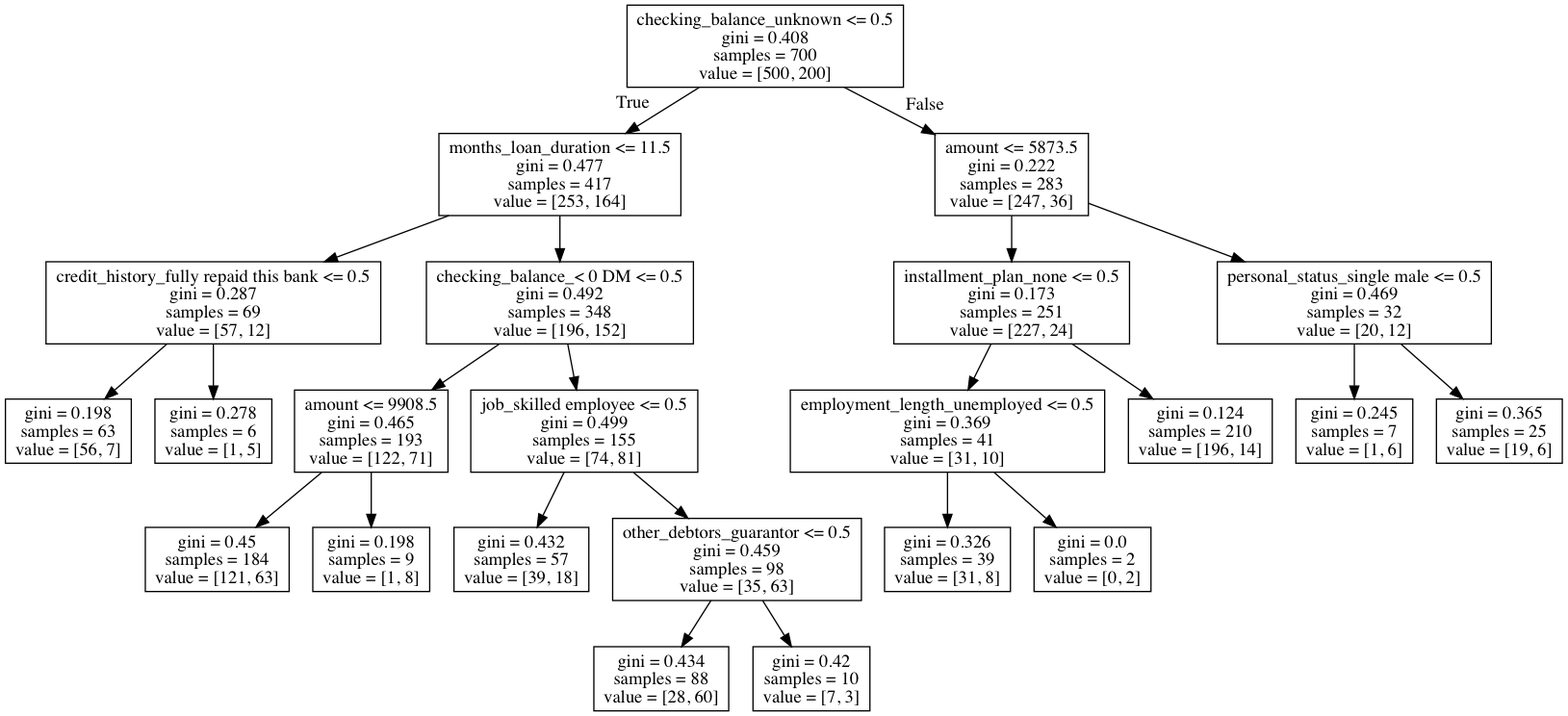
Above: demos/tree.png in abulbasar/machine-learning (Graphviz), before the change. Its source is kept beside it as demos/tree.dot. Its diagram source:
```dot
digraph Tree {
node [shape=box] ;
0 [label="checking_balance_unknown <= 0.5\ngini = 0.408\nsamples = 700\nvalue = [500, 200]"] ;
1 [label="months_loan_duration <= 11.5\ngini = 0.477\nsamples = 417\nvalue = [253, 164]"] ;
0 -> 1 [labeldistance=2.5, labelangle=45, headlabel="True"] ;
3 [label="credit_history_fully repaid this bank <= 0.5\ngini = 0.287\nsamples = 69\nvalue = [57, 12]"] ;
1 -> 3 ;
5 [label="gini = 0.198\nsamples = 63\nvalue = [56, 7]"] ;
3 -> 5 ;
6 [label="gini = 0.278\nsamples = 6\nvalue = [1, 5]"] ;
3 -> 6 ;
4 [label="checking_balance_< 0 DM <= 0.5\ngini = 0.492\nsamples = 348\nvalue = [196, 152]"] ;
1 -> 4 ;
11 [label="amount <= 9908.5\ngini = 0.465\nsamples = 193\nvalue = [122, 71]"] ;
4 -> 11 ;
15 [label="gini = 0.45\nsamples = 184\nvalue = [121, 63]"] ;
11 -> 15 ;
16 [label="gini = 0.198\nsamples = 9\nvalue = [1, 8]"] ;
11 -> 16 ;
12 [label="job_skilled employee <= 0.5\ngini = 0.499\nsamples = 155\nvalue = [74, 81]"] ;
4 -> 12 ;
13 [label="gini = 0.432\nsamples = 57\nvalue = [39, 18]"] ;
12 -> 13 ;
14 [label="other_debtors_guarantor <= 0.5\ngini = 0.459\nsamples = 98\nvalue = [35, 63]"] ;
12 -> 14 ;
17 [label="gini = 0.434\nsamples = 88\nvalue = [28, 60]"] ;
14 -> 17 ;
18 [label="gini = 0.42\nsamples = 10\nvalue = [7, 3]"] ;
14 -> 18 ;
2 [label="amount <= 5873.5\ngini = 0.222\nsamples = 283\nvalue = [247, 36]"] ;
0 -> 2 [labeldistance=2.5, labelangle=-45, headlabel="False"] ;
7 [label="installment_plan_none <= 0.5\ngini = 0.173\nsamples = 251\nvalue = [227, 24]"] ;
2 -> 7 ;
19 [label="employment_length_unemployed <= 0.5\ngini = 0.369\nsamples = 41\nvalue = [31, 10]"] ;
7 -> 19 ;
21 [label="gini = 0.326\nsamples = 39\nvalue = [31, 8]"] ;
19 -> 21 ;
22 [label="gini = 0.0\nsamples = 2\nvalue = [0, 2]"] ;
19 -> 22 ;
20 [label="gini = 0.124\nsamples = 210\nvalue = [196, 14]"] ;
7 -> 20 ;
8 [label="personal_status_single male <= 0.5\ngini = 0.469\nsamples = 32\nvalue = [20, 12]"] ;
2 -> 8 ;
9 [label="gini = 0.245\nsamples = 7\nvalue = [1, 6]"] ;
8 -> 9 ;
10 [label="gini = 0.365\nsamples = 25\nvalue = [19, 6]"] ;
8 -> 10 ;
}
```
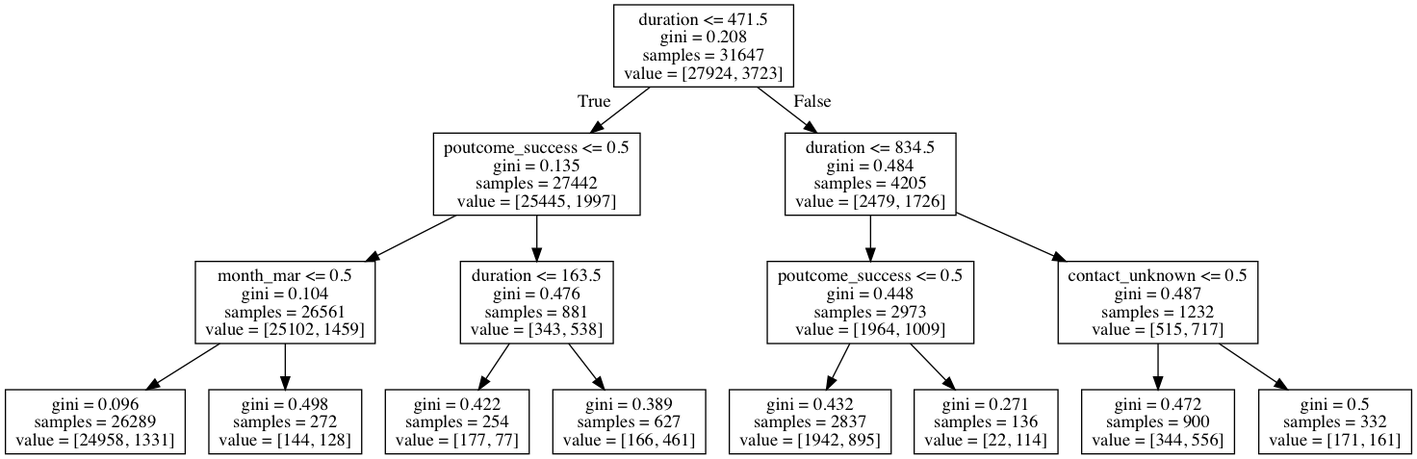
After the commit.

Diff of the diagram source:
```diff
@@ -1,48 +1,32 @@
 digraph Tree {
 node [shape=box] ;
-0 [label="checking_balance_unknown <= 0.5\ngini = 0.408\nsamples = 700\nvalue = [500, 200]"] ;
-1 [label="months_loan_duration <= 11.5\ngini = 0.477\nsamples = 417\nvalue = [253, 164]"] ;
+0 [label="duration <= 471.5\ngini = 0.208\nsamples = 31647\nvalue = [27924, 3723]"] ;
+1 [label="poutcome_success <= 0.5\ngini = 0.135\nsamples = 27442\nvalue = [25445, 1997]"] ;
 0 -> 1 [labeldistance=2.5, labelangle=45, headlabel="True"] ;
-3 [label="credit_history_fully repaid this bank <= 0.5\ngini = 0.287\nsamples = 69\nvalue = [57, 12]"] ;
-1 -> 3 ;
-5 [label="gini = 0.198\nsamples = 63\nvalue = [56, 7]"] ;
-3 -> 5 ;
-6 [label="gini = 0.278\nsamples = 6\nvalue = [1, 5]"] ;
-3 -> 6 ;
-4 [label="checking_balance_< 0 DM <= 0.5\ngini = 0.492\nsamples = 348\nvalue = [196, 152]"] ;
-1 -> 4 ;
-11 [label="amount <= 9908.5\ngini = 0.465\nsamples = 193\nvalue = [122, 71]"] ;
-4 -> 11 ;
-15 [label="gini = 0.45\nsamples = 184\nvalue = [121, 63]"] ;
-11 -> 15 ;
-16 [label="gini = 0.198\nsamples = 9\nvalue = [1, 8]"] ;
-11 -> 16 ;
-12 [label="job_skilled employee <= 0.5\ngini = 0.499\nsamples = 155\nvalue = [74, 81]"] ;
-4 -> 12 ;
-13 [label="gini = 0.432\nsamples = 57\nvalue = [39, 18]"] ;
+2 [label="month_mar <= 0.5\ngini = 0.104\nsamples = 26561\nvalue = [25102, 1459]"] ;
+1 -> 2 ;
+3 [label="gini = 0.096\nsamples = 26289\nvalue = [24958, 1331]"] ;
+2 -> 3 ;
+4 [label="gini = 0.498\nsamples = 272\nvalue = [144, 128]"] ;
+2 -> 4 ;
+5 [label="duration <= 163.5\ngini = 0.476\nsamples = 881\nvalue = [343, 538]"] ;
+1 -> 5 ;
+6 [label="gini = 0.422\nsamples = 254\nvalue = [177, 77]"] ;
+5 -> 6 ;
+7 [label="gini = 0.389\nsamples = 627\nvalue = [166, 461]"] ;
+5 -> 7 ;
+8 [label="duration <= 834.5\ngini = 0.484\nsamples = 4205\nvalue = [2479, 1726]"] ;
+0 -> 8 [labeldistance=2.5, labelangle=-45, headlabel="False"] ;
+9 [label="poutcome_success <= 0.5\ngini = 0.448\nsamples = 2973\nvalue = [1964, 1009]"] ;
+8 -> 9 ;
+10 [label="gini = 0.432\nsamples = 2837\nvalue = [1942, 895]"] ;
+9 -> 10 ;
+11 [label="gini = 0.271\nsamples = 136\nvalue = [22, 114]"] ;
+9 -> 11 ;
+12 [label="contact_unknown <= 0.5\ngini = 0.487\nsamples = 1232\nvalue = [515, 717]"] ;
+8 -> 12 ;
+13 [label="gini = 0.472\nsamples = 900\nvalue = [344, 556]"] ;
 12 -> 13 ;
-14 [label="other_debtors_guarantor <= 0.5\ngini = 0.459\nsamples = 98\nvalue = [35, 63]"] ;
+14 [label="gini = 0.5\nsamples = 332\nvalue = [171, 161]"] ;
 12 -> 14 ;
-17 [label="gini = 0.434\nsamples = 88\nvalue = [28, 60]"] ;
-14 -> 17 ;
-18 [label="gini = 0.42\nsamples = 10\nvalue = [7, 3]"] ;
-14 -> 18 ;
-2 [label="amount <= 5873.5\ngini = 0.222\nsamples = 283\nvalue = [247, 36]"] ;
-0 -> 2 [labeldistance=2.5, labelangle=-45, headlabel="False"] ;
-7 [label="installment_plan_none <= 0.5\ngini = 0.173\nsamples = 251\nvalue = [227, 24]"] ;
-2 -> 7 ;
-19 [label="employment_length_unemployed <= 0.5\ngini = 0.369\nsamples = 41\nvalue = [31, 10]"] ;
-7 -> 19 ;
-21 [label="gini = 0.326\nsamples = 39\nvalue = [31, 8]"] ;
-19 -> 21 ;
-22 [label="gini = 0.0\nsamples = 2\nvalue = [0, 2]"] ;
-19 -> 22 ;
-20 [label="gini = 0.124\nsamples = 210\nvalue = [196, 14]"] ;
-7 -> 20 ;
-8 [label="personal_status_single male <= 0.5\ngini = 0.469\nsamples = 32\nvalue = [20, 12]"] ;
-2 -> 8 ;
-9 [label="gini = 0.245\nsamples = 7\nvalue = [1, 6]"] ;
-8 -> 9 ;
-10 [label="gini = 0.365\nsamples = 25\nvalue = [19, 6]"] ;
-8 -> 10 ;
 }
```
